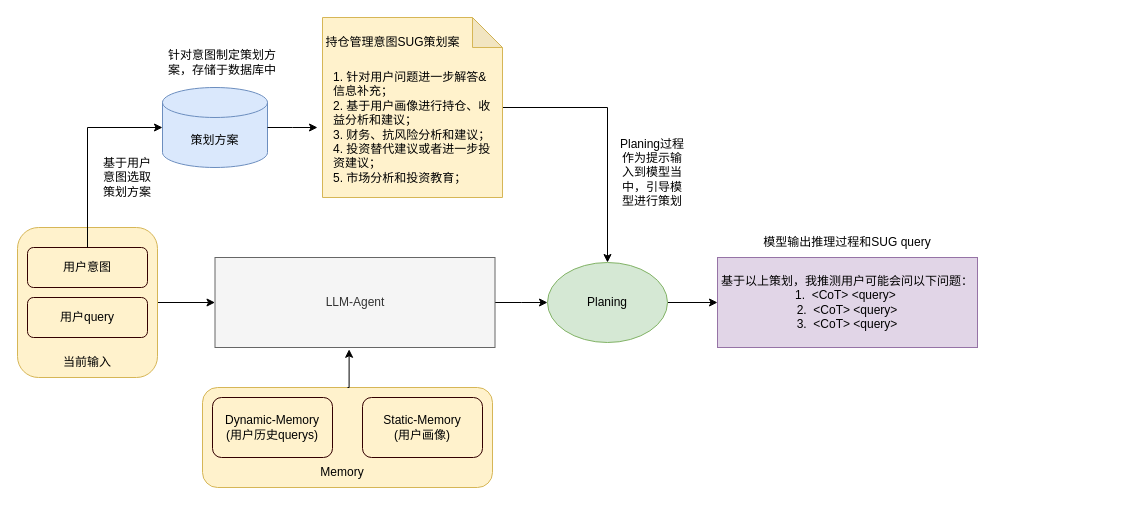
Earlier version of the draw.io diagram SUG-Agent.drawio (ZhangHammer/ZhangHammer). Source tidied: cells renumbered, new cells numbered last; positions are measured from the earlier drawing's top-left corner, leaving out a move shared by most shapes. Both pictures are drawn from the tidied source at 100%, with x=0, y=0 at pixel (17, 17).
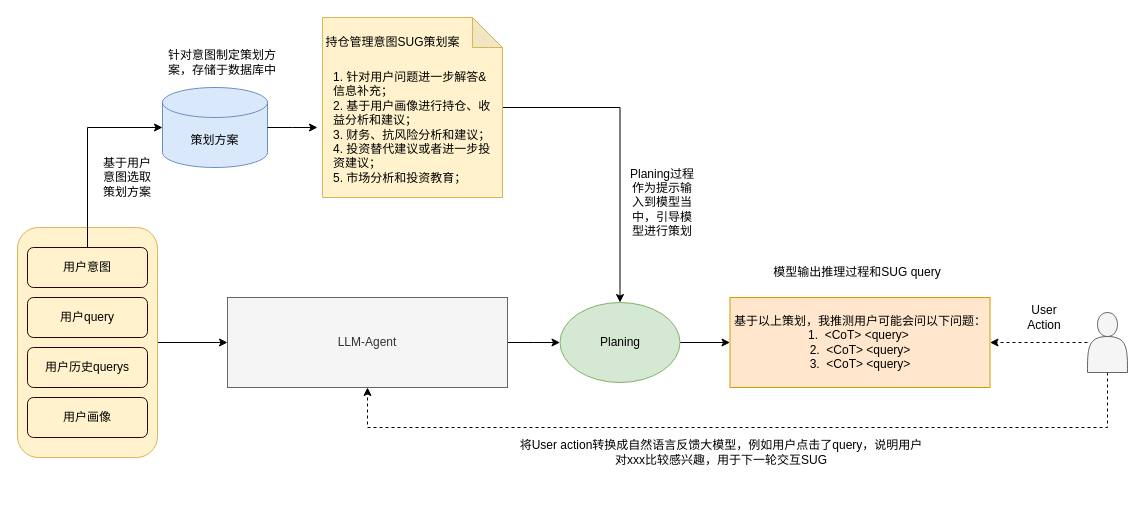
Above is the later version.

Change to the diagram source:
```diff
@@
     <mxCell id="3" style="rounded=1;whiteSpace=wrap;html=1;fillColor=#fff2cc;strokeColor=#d6b656;" parent="1" vertex="1">
-      <mxGeometry y="210" width="140" height="150" as="geometry" />
+      <mxGeometry y="210" width="140" height="230" as="geometry" />
     </mxCell>
-    <mxCell id="4" style="rounded=1;whiteSpace=wrap;html=1;fillColor=#fff2cc;strokeColor=#d6b656;" parent="1" vertex="1">
-      <mxGeometry x="185" y="370" width="290" height="100" as="geometry" />
-    </mxCell>
     <mxCell id="5" style="edgeStyle=orthogonalEdgeStyle;rounded=0;jettySize=auto;html=1;" parent="1" edge="1" source="6">
       <mxGeometry relative="1" as="geometry">
-        <mxPoint x="530" y="285" as="targetPoint" />
+        <mxPoint x="542.5" y="325" as="targetPoint" />
       </mxGeometry>
     </mxCell>
     <mxCell id="6" value="LLM-Agent" style="rounded=0;whiteSpace=wrap;html=1;fillColor=#f5f5f5;fontColor=#333333;strokeColor=#666666;" parent="1" vertex="1">
-      <mxGeometry x="197.5" y="240" width="280" height="90" as="geometry" />
+      <mxGeometry x="210" y="280" width="280" height="90" as="geometry" />
     </mxCell>
-    <mxCell id="7" value="Dynamic-Memory&lt;br&gt;(用户历史querys)" style="rounded=1;whiteSpace=wrap;html=1;fillColor=#fff2cc;strokeColor=#330000;" parent="1" vertex="1">
-      <mxGeometry x="195" y="380" width="120" height="60" as="geometry" />
+    <mxCell id="7" value="用户历史querys" style="rounded=1;whiteSpace=wrap;html=1;fillColor=#fff2cc;strokeColor=#330000;" parent="1" vertex="1">
+      <mxGeometry x="10" y="330" width="120" height="40" as="geometry" />
     </mxCell>
-    <mxCell id="8" value="Static-Memory&lt;br&gt;(用户画像)" style="rounded=1;whiteSpace=wrap;html=1;fillColor=#fff2cc;strokeColor=#330000;" parent="1" vertex="1">
-      <mxGeometry x="345" y="380" width="120" height="60" as="geometry" />
+    <mxCell id="8" value="用户画像" style="rounded=1;whiteSpace=wrap;html=1;fillColor=#fff2cc;strokeColor=#330000;" parent="1" vertex="1">
+      <mxGeometry x="10" y="380" width="120" height="40" as="geometry" />
     </mxCell>
-    <mxCell id="9" value="Memory" style="text;html=1;strokeColor=none;fillColor=none;align=center;verticalAlign=middle;whiteSpace=wrap;rounded=0;" parent="1" vertex="1">
-      <mxGeometry x="295" y="440" width="60" height="30" as="geometry" />
-    </mxCell>
@@
-    <mxCell id="17" style="edgeStyle=orthogonalEdgeStyle;rounded=0;jettySize=auto;html=1;exitX=0.5;exitY=0;exitDx=0;exitDy=0;entryX=0.479;entryY=1.02;entryDx=0;entryDy=0;entryPerimeter=0;" parent="1" edge="1" source="4" target="6">
-      <mxGeometry relative="1" as="geometry" />
-    </mxCell>
@@
-    <mxCell id="22" value="当前输入" style="text;html=1;strokeColor=none;fillColor=none;align=center;verticalAlign=middle;whiteSpace=wrap;rounded=0;" parent="1" vertex="1">
-      <mxGeometry x="40" y="330" width="60" height="30" as="geometry" />
-    </mxCell>
     <mxCell id="23" value="模型输出推理过程和SUG query" style="text;html=1;strokeColor=none;fillColor=none;align=center;verticalAlign=middle;whiteSpace=wrap;rounded=0;" parent="1" vertex="1">
-      <mxGeometry x="730" y="210" width="200" height="30" as="geometry" />
+      <mxGeometry x="740" y="240" width="200" height="30" as="geometry" />
     </mxCell>
-    <mxCell id="24" value="基于以上策划，我推测用户可能会问以下问题：&lt;br style=&quot;border-color: var(--border-color); color: rgb(0, 0, 0);&quot;&gt;&lt;span style=&quot;border-color: var(--border-color); color: rgb(0, 0, 0);&quot;&gt;1.&amp;nbsp; &amp;lt;CoT&amp;gt; &amp;lt;query&amp;gt;&amp;nbsp;&lt;/span&gt;&lt;br style=&quot;border-color: var(--border-color); color: rgb(0, 0, 0);&quot;&gt;&lt;span style=&quot;border-color: var(--border-color); color: rgb(0, 0, 0);&quot;&gt;2.&amp;nbsp; &amp;lt;CoT&amp;gt; &amp;lt;query&amp;gt;&lt;/span&gt;&lt;br style=&quot;border-color: var(--border-color); color: rgb(0, 0, 0);&quot;&gt;&lt;span style=&quot;border-color: var(--border-color); color: rgb(0, 0, 0);&quot;&gt;3.&amp;nbsp; &amp;lt;CoT&amp;gt; &amp;lt;query&amp;gt;&lt;/span&gt;" style="rounded=0;whiteSpace=wrap;html=1;fillColor=#e1d5e7;strokeColor=#9673a6;" parent="1" vertex="1">
-      <mxGeometry x="700" y="240" width="260" height="90" as="geometry" />
+    <mxCell id="24" value="基于以上策划，我推测用户可能会问以下问题：&lt;br style=&quot;border-color: var(--border-color); color: rgb(0, 0, 0);&quot;&gt;&lt;span style=&quot;border-color: var(--border-color); color: rgb(0, 0, 0);&quot;&gt;1.&amp;nbsp; &amp;lt;CoT&amp;gt; &amp;lt;query&amp;gt;&amp;nbsp;&lt;/span&gt;&lt;br style=&quot;border-color: var(--border-color); color: rgb(0, 0, 0);&quot;&gt;&lt;span style=&quot;border-color: var(--border-color); color: rgb(0, 0, 0);&quot;&gt;2.&amp;nbsp; &amp;lt;CoT&amp;gt; &amp;lt;query&amp;gt;&lt;/span&gt;&lt;br style=&quot;border-color: var(--border-color); color: rgb(0, 0, 0);&quot;&gt;&lt;span style=&quot;border-color: var(--border-color); color: rgb(0, 0, 0);&quot;&gt;3.&amp;nbsp; &amp;lt;CoT&amp;gt; &amp;lt;query&amp;gt;&lt;/span&gt;" style="rounded=0;whiteSpace=wrap;html=1;fillColor=#ffe6cc;strokeColor=#d79b00;" parent="1" vertex="1">
+      <mxGeometry x="712.5" y="280" width="260" height="90" as="geometry" />
     </mxCell>
     <mxCell id="25" value="Planing过程作为提示输入到模型当中，引导模型进行策划" style="text;html=1;strokeColor=none;fillColor=none;align=center;verticalAlign=middle;whiteSpace=wrap;rounded=0;" parent="1" vertex="1">
-      <mxGeometry x="600" y="110" width="70" height="90" as="geometry" />
+      <mxGeometry x="610" y="140" width="70" height="90" as="geometry" />
     </mxCell>
@@
     <mxCell id="27" value="Planing" style="ellipse;whiteSpace=wrap;html=1;fillColor=#d5e8d4;strokeColor=#82b366;" parent="1" vertex="1">
-      <mxGeometry x="530" y="245" width="120" height="80" as="geometry" />
+      <mxGeometry x="542.5" y="285" width="120" height="80" as="geometry" />
     </mxCell>
+    <mxCell id="28" style="edgeStyle=orthogonalEdgeStyle;rounded=0;jettySize=auto;html=1;dashed=1;" parent="1" edge="1" source="30" target="24">
+      <mxGeometry relative="1" as="geometry" />
+    </mxCell>
+    <mxCell id="29" style="edgeStyle=orthogonalEdgeStyle;rounded=0;jettySize=auto;html=1;entryX=0.5;entryY=1;entryDx=0;entryDy=0;dashed=1;" parent="1" edge="1" source="30" target="6">
+      <mxGeometry relative="1" as="geometry">
+        <Array as="points">
+          <mxPoint x="1090" y="410" />
+          <mxPoint x="350" y="410" />
+        </Array>
+      </mxGeometry>
+    </mxCell>
+    <mxCell id="30" style="shape=actor;whiteSpace=wrap;html=1;fillColor=#f5f5f5;strokeColor=#666666;fontColor=#333333;" parent="1" vertex="1">
+      <mxGeometry x="1070" y="295" width="40" height="60" as="geometry" />
+    </mxCell>
+    <mxCell id="31" value="User Action" style="text;html=1;strokeColor=none;fillColor=none;align=center;verticalAlign=middle;whiteSpace=wrap;rounded=0;" parent="1" vertex="1">
+      <mxGeometry x="997" y="285" width="60" height="30" as="geometry" />
+    </mxCell>
+    <mxCell id="32" value="将User action转换成自然语言反馈大模型，例如用户点击了query，说明用户对xxx比较感兴趣，用于下一轮交互SUG" style="text;html=1;strokeColor=none;fillColor=none;align=center;verticalAlign=middle;whiteSpace=wrap;rounded=0;" parent="1" vertex="1">
+      <mxGeometry x="500" y="420" width="407.5" height="30" as="geometry" />
+    </mxCell>
```
